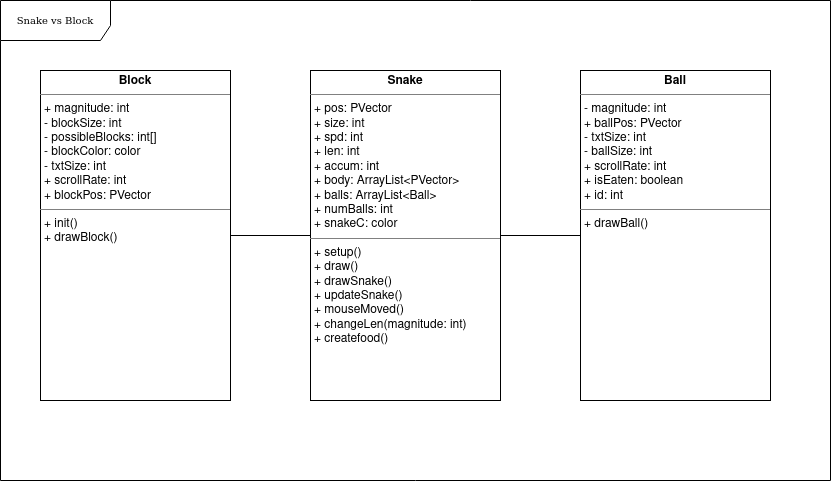
The draw.io diagram ouruml.png in madeline-lei/final_project, before a commit. Source tidied: cells renumbered, new cells last; positions are measured from the earlier drawing's top-left corner, leaving out a move shared by most shapes.
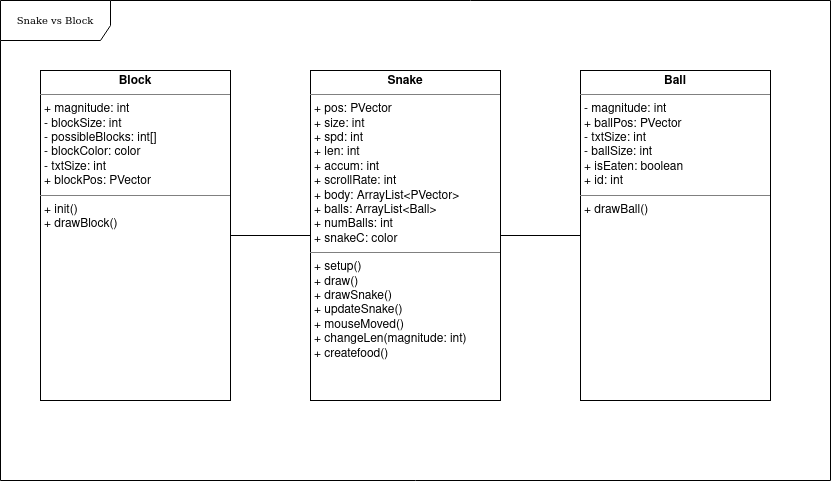
After the commit.

Change to the diagram source:
```diff
@@ -11,13 +11,13 @@
     <mxCell id="4" style="edgeStyle=orthogonalEdgeStyle;rounded=0;jettySize=auto;html=1;endArrow=none;endFill=0;" parent="1" edge="1" source="5" target="6">
       <mxGeometry relative="1" as="geometry" />
     </mxCell>
-    <mxCell id="5" value="&lt;p style=&quot;margin:0px;margin-top:4px;text-align:center;&quot;&gt;&lt;b&gt;Snake&lt;/b&gt;&lt;/p&gt;&lt;hr size=&quot;1&quot;&gt;&lt;p style=&quot;margin:0px;margin-left:4px;&quot;&gt;+ pos: PVector&lt;/p&gt;&lt;p style=&quot;margin:0px;margin-left:4px;&quot;&gt;+ size: int&lt;/p&gt;&lt;p style=&quot;margin:0px;margin-left:4px;&quot;&gt;+ spd: int&lt;/p&gt;&lt;p style=&quot;margin:0px;margin-left:4px;&quot;&gt;+ len: int&lt;/p&gt;&lt;p style=&quot;margin:0px;margin-left:4px;&quot;&gt;+ accum: int&lt;br&gt;&lt;/p&gt;&lt;p style=&quot;margin:0px;margin-left:4px;&quot;&gt;+ body: ArrayList&amp;lt;PVector&amp;gt;&lt;/p&gt;&lt;p style=&quot;margin:0px;margin-left:4px;&quot;&gt;+ balls: ArrayList&amp;lt;Ball&amp;gt;&lt;/p&gt;&lt;p style=&quot;margin:0px;margin-left:4px;&quot;&gt;+ numBalls: int&lt;/p&gt;&lt;p style=&quot;margin:0px;margin-left:4px;&quot;&gt;+ snakeC: color&lt;/p&gt;&lt;hr size=&quot;1&quot;&gt;&lt;p style=&quot;margin:0px;margin-left:4px;&quot;&gt;+ setup()&lt;/p&gt;&lt;p style=&quot;margin:0px;margin-left:4px;&quot;&gt;+ draw()&lt;/p&gt;&lt;p style=&quot;margin:0px;margin-left:4px;&quot;&gt;+ drawSnake()&lt;/p&gt;&lt;p style=&quot;margin:0px;margin-left:4px;&quot;&gt;+ updateSnake()&lt;/p&gt;&lt;p style=&quot;margin:0px;margin-left:4px;&quot;&gt;+ mouseMoved()&lt;/p&gt;&lt;p style=&quot;margin:0px;margin-left:4px;&quot;&gt;+ changeLen(magnitude: int)&lt;/p&gt;&lt;p style=&quot;margin:0px;margin-left:4px;&quot;&gt;+ createfood()&lt;br&gt;&lt;/p&gt;&lt;p style=&quot;margin:0px;margin-left:4px;&quot;&gt;&lt;br&gt;&lt;/p&gt;" style="verticalAlign=top;align=left;overflow=fill;fontSize=12;fontFamily=Helvetica;html=1;rounded=0;shadow=0;comic=0;labelBackgroundColor=none;strokeWidth=1;" parent="1" vertex="1">
+    <mxCell id="5" value="&lt;p style=&quot;margin:0px;margin-top:4px;text-align:center;&quot;&gt;&lt;b&gt;Snake&lt;/b&gt;&lt;/p&gt;&lt;hr size=&quot;1&quot;&gt;&lt;p style=&quot;margin:0px;margin-left:4px;&quot;&gt;+ pos: PVector&lt;/p&gt;&lt;p style=&quot;margin:0px;margin-left:4px;&quot;&gt;+ size: int&lt;/p&gt;&lt;p style=&quot;margin:0px;margin-left:4px;&quot;&gt;+ spd: int&lt;/p&gt;&lt;p style=&quot;margin:0px;margin-left:4px;&quot;&gt;+ len: int&lt;/p&gt;&lt;p style=&quot;margin:0px;margin-left:4px;&quot;&gt;+ accum: int&lt;/p&gt;&lt;p style=&quot;margin:0px;margin-left:4px;&quot;&gt;+ scrollRate: int&lt;/p&gt;&lt;p style=&quot;margin:0px;margin-left:4px;&quot;&gt;&lt;/p&gt;&lt;p style=&quot;margin:0px;margin-left:4px;&quot;&gt;+ body: ArrayList&amp;lt;PVector&amp;gt;&lt;/p&gt;&lt;p style=&quot;margin:0px;margin-left:4px;&quot;&gt;+ balls: ArrayList&amp;lt;Ball&amp;gt;&lt;/p&gt;&lt;p style=&quot;margin:0px;margin-left:4px;&quot;&gt;+ numBalls: int&lt;/p&gt;&lt;p style=&quot;margin:0px;margin-left:4px;&quot;&gt;+ snakeC: color&lt;/p&gt;&lt;hr size=&quot;1&quot;&gt;&lt;p style=&quot;margin:0px;margin-left:4px;&quot;&gt;+ setup()&lt;/p&gt;&lt;p style=&quot;margin:0px;margin-left:4px;&quot;&gt;+ draw()&lt;/p&gt;&lt;p style=&quot;margin:0px;margin-left:4px;&quot;&gt;+ drawSnake()&lt;/p&gt;&lt;p style=&quot;margin:0px;margin-left:4px;&quot;&gt;+ updateSnake()&lt;/p&gt;&lt;p style=&quot;margin:0px;margin-left:4px;&quot;&gt;+ mouseMoved()&lt;/p&gt;&lt;p style=&quot;margin:0px;margin-left:4px;&quot;&gt;+ changeLen(magnitude: int)&lt;/p&gt;&lt;p style=&quot;margin:0px;margin-left:4px;&quot;&gt;+ createfood()&lt;br&gt;&lt;/p&gt;&lt;p style=&quot;margin:0px;margin-left:4px;&quot;&gt;&lt;br&gt;&lt;/p&gt;" style="verticalAlign=top;align=left;overflow=fill;fontSize=12;fontFamily=Helvetica;html=1;rounded=0;shadow=0;comic=0;labelBackgroundColor=none;strokeWidth=1;" parent="1" vertex="1">
       <mxGeometry x="310" y="70" width="190" height="330" as="geometry" />
     </mxCell>
-    <mxCell id="6" value="&lt;p style=&quot;margin:0px;margin-top:4px;text-align:center;&quot;&gt;&lt;b&gt;Block&lt;/b&gt;&lt;/p&gt;&lt;hr size=&quot;1&quot;&gt;&lt;p style=&quot;margin:0px;margin-left:4px;&quot;&gt;+ magnitude: int&lt;/p&gt;&lt;p style=&quot;margin:0px;margin-left:4px;&quot;&gt;- blockSize: int&lt;/p&gt;&lt;p style=&quot;margin:0px;margin-left:4px;&quot;&gt;- possibleBlocks: int[]&lt;/p&gt;&lt;p style=&quot;margin:0px;margin-left:4px;&quot;&gt;- blockColor: color&lt;/p&gt;&lt;p style=&quot;margin:0px;margin-left:4px;&quot;&gt;- txtSize: int&lt;/p&gt;&lt;p style=&quot;margin:0px;margin-left:4px;&quot;&gt;+ scrollRate: int&lt;/p&gt;&lt;p style=&quot;margin:0px;margin-left:4px;&quot;&gt;+ blockPos: PVector&lt;br&gt;&lt;/p&gt;&lt;hr size=&quot;1&quot;&gt;&lt;p style=&quot;margin:0px;margin-left:4px;&quot;&gt;+ init()&lt;/p&gt;&lt;p style=&quot;margin:0px;margin-left:4px;&quot;&gt;+ drawBlock()&lt;/p&gt;" style="verticalAlign=top;align=left;overflow=fill;fontSize=12;fontFamily=Helvetica;html=1;rounded=0;shadow=0;comic=0;labelBackgroundColor=none;strokeWidth=1;" parent="1" vertex="1">
+    <mxCell id="6" value="&lt;p style=&quot;margin:0px;margin-top:4px;text-align:center;&quot;&gt;&lt;b&gt;Block&lt;/b&gt;&lt;/p&gt;&lt;hr size=&quot;1&quot;&gt;&lt;p style=&quot;margin:0px;margin-left:4px;&quot;&gt;+ magnitude: int&lt;/p&gt;&lt;p style=&quot;margin:0px;margin-left:4px;&quot;&gt;- blockSize: int&lt;/p&gt;&lt;p style=&quot;margin:0px;margin-left:4px;&quot;&gt;- possibleBlocks: int[]&lt;/p&gt;&lt;p style=&quot;margin:0px;margin-left:4px;&quot;&gt;- blockColor: color&lt;/p&gt;&lt;p style=&quot;margin:0px;margin-left:4px;&quot;&gt;- txtSize: int&lt;/p&gt;&lt;p style=&quot;margin:0px;margin-left:4px;&quot;&gt;+ blockPos: PVector&lt;br&gt;&lt;/p&gt;&lt;hr size=&quot;1&quot;&gt;&lt;p style=&quot;margin:0px;margin-left:4px;&quot;&gt;+ init()&lt;/p&gt;&lt;p style=&quot;margin:0px;margin-left:4px;&quot;&gt;+ drawBlock()&lt;/p&gt;" style="verticalAlign=top;align=left;overflow=fill;fontSize=12;fontFamily=Helvetica;html=1;rounded=0;shadow=0;comic=0;labelBackgroundColor=none;strokeWidth=1;" parent="1" vertex="1">
       <mxGeometry x="40" y="70" width="190" height="330" as="geometry" />
     </mxCell>
-    <mxCell id="7" value="&lt;p style=&quot;margin:0px;margin-top:4px;text-align:center;&quot;&gt;&lt;b&gt;Ball&lt;/b&gt;&lt;/p&gt;&lt;hr size=&quot;1&quot;&gt;&lt;p style=&quot;margin:0px;margin-left:4px;&quot;&gt;- magnitude: int&lt;/p&gt;&lt;p style=&quot;margin:0px;margin-left:4px;&quot;&gt;+ ballPos: PVector&lt;/p&gt;&lt;p style=&quot;margin:0px;margin-left:4px;&quot;&gt;- txtSize: int&lt;/p&gt;&lt;p style=&quot;margin:0px;margin-left:4px;&quot;&gt;- ballSize: int&lt;/p&gt;&lt;p style=&quot;margin:0px;margin-left:4px;&quot;&gt;+ scrollRate: int&lt;/p&gt;&lt;p style=&quot;margin:0px;margin-left:4px;&quot;&gt;+ isEaten: boolean&lt;/p&gt;&lt;p style=&quot;margin:0px;margin-left:4px;&quot;&gt;+ id: int&lt;br&gt;&lt;/p&gt;&lt;hr size=&quot;1&quot;&gt;&lt;p style=&quot;margin:0px;margin-left:4px;&quot;&gt;+ drawBall()&lt;br&gt;&lt;/p&gt;" style="verticalAlign=top;align=left;overflow=fill;fontSize=12;fontFamily=Helvetica;html=1;rounded=0;shadow=0;comic=0;labelBackgroundColor=none;strokeWidth=1;" parent="1" vertex="1">
+    <mxCell id="7" value="&lt;p style=&quot;margin:0px;margin-top:4px;text-align:center;&quot;&gt;&lt;b&gt;Ball&lt;/b&gt;&lt;/p&gt;&lt;hr size=&quot;1&quot;&gt;&lt;p style=&quot;margin:0px;margin-left:4px;&quot;&gt;- magnitude: int&lt;/p&gt;&lt;p style=&quot;margin:0px;margin-left:4px;&quot;&gt;+ ballPos: PVector&lt;/p&gt;&lt;p style=&quot;margin:0px;margin-left:4px;&quot;&gt;- txtSize: int&lt;/p&gt;&lt;p style=&quot;margin:0px;margin-left:4px;&quot;&gt;- ballSize: int&lt;/p&gt;&lt;p style=&quot;margin:0px;margin-left:4px;&quot;&gt;+ isEaten: boolean&lt;/p&gt;&lt;p style=&quot;margin:0px;margin-left:4px;&quot;&gt;+ id: int&lt;br&gt;&lt;/p&gt;&lt;hr size=&quot;1&quot;&gt;&lt;p style=&quot;margin:0px;margin-left:4px;&quot;&gt;+ drawBall()&lt;br&gt;&lt;/p&gt;" style="verticalAlign=top;align=left;overflow=fill;fontSize=12;fontFamily=Helvetica;html=1;rounded=0;shadow=0;comic=0;labelBackgroundColor=none;strokeWidth=1;" parent="1" vertex="1">
       <mxGeometry x="580" y="70" width="190" height="330" as="geometry" />
     </mxCell>
   </root>
```
